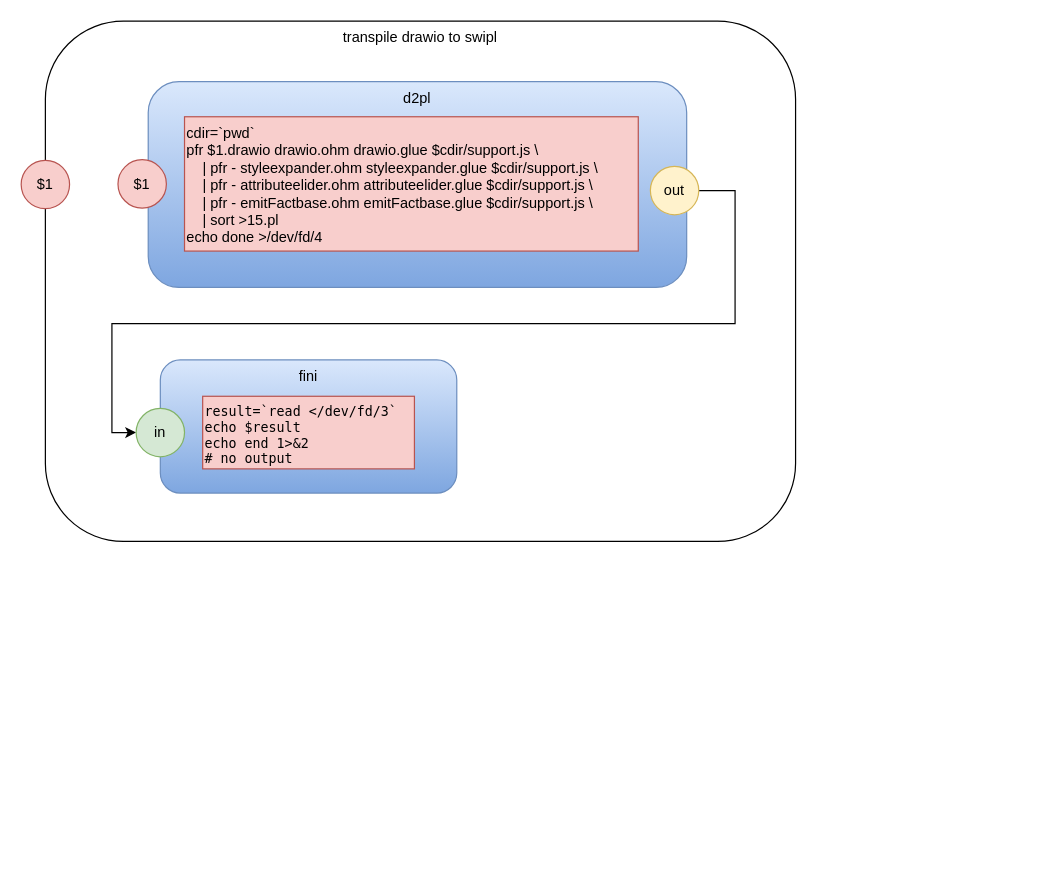
guitarvydas/vsh keeps this draw.io diagram as transpile_drawio_to_swipl.drawio. Above is the earlier version. Source tidied: cells renumbered, new cells numbered last; positions are measured from the earlier drawing's top-left corner, leaving out a move shared by most shapes. Both pictures are drawn from the tidied source at 121%, with x=0, y=0 at pixel (21, 21).
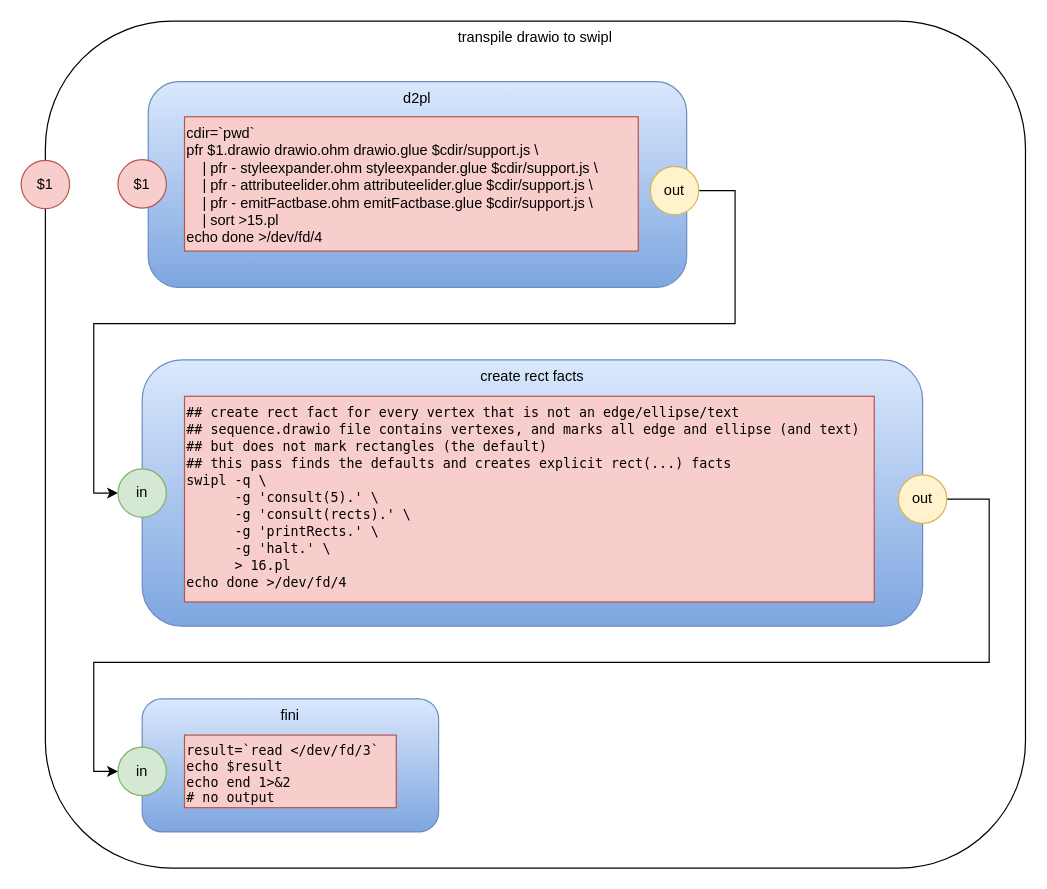
Above is the later version.

Commit message (it also covers changes not shown here):
create rect facts

Unchanged cells that the change refers to:
```xml
<mxCell id="6" value="out" style="ellipse;whiteSpace=wrap;html=1;fillColor=#fff2cc;strokeColor=#d6b656;" parent="1" vertex="1">
  <mxGeometry x="520" y="120" width="40" height="40" as="geometry" />
</mxCell>
```

The edit, as a diff of the source:
```diff
@@
     <mxCell id="2" value="transpile drawio to swipl" style="rounded=1;whiteSpace=wrap;html=1;verticalAlign=top;" parent="1" vertex="1">
-      <mxGeometry x="20" width="620" height="430" as="geometry" />
+      <mxGeometry x="20" width="810" height="700" as="geometry" />
     </mxCell>
@@
     <mxCell id="5" style="edgeStyle=orthogonalEdgeStyle;rounded=0;jettySize=auto;html=1;entryX=0;entryY=0.5;entryDx=0;entryDy=0;" parent="1" edge="1" source="6" target="8">
       <mxGeometry relative="1" as="geometry">
         <Array as="points">
           <mxPoint x="590" y="140" />
           <mxPoint x="590" y="250" />
-          <mxPoint x="75" y="250" />
-          <mxPoint x="75" y="340" />
+          <mxPoint x="60" y="250" />
+          <mxPoint x="60" y="390" />
         </Array>
       </mxGeometry>
     </mxCell>
@@
-    <mxCell id="7" value="fini" style="rounded=1;whiteSpace=wrap;html=1;gradientColor=#7ea6e0;fillColor=#dae8fc;strokeColor=#6c8ebf;verticalAlign=top;" parent="1" vertex="1">
-      <mxGeometry x="115" y="280" width="245" height="110" as="geometry" />
+    <mxCell id="7" value="create rect facts" style="rounded=1;whiteSpace=wrap;html=1;gradientColor=#7ea6e0;fillColor=#dae8fc;strokeColor=#6c8ebf;verticalAlign=top;" parent="1" vertex="1">
+      <mxGeometry x="100" y="280" width="645" height="220" as="geometry" />
     </mxCell>
     <mxCell id="8" value="in" style="ellipse;whiteSpace=wrap;html=1;fillColor=#d5e8d4;strokeColor=#82b366;" parent="1" vertex="1">
-      <mxGeometry x="95" y="320" width="40" height="40" as="geometry" />
+      <mxGeometry x="80" y="370" width="40" height="40" as="geometry" />
     </mxCell>
-    <mxCell id="9" value="&lt;p class=&quot;p1&quot; style=&quot;margin: 0px ; font-stretch: normal ; font-size: 11px ; line-height: normal ; font-family: &amp;#34;menlo&amp;#34;&quot;&gt;&lt;span class=&quot;s1&quot;&gt;result=`read &amp;lt;/dev/fd/3`&lt;/span&gt;&lt;/p&gt;&lt;p class=&quot;p1&quot; style=&quot;margin: 0px ; font-stretch: normal ; font-size: 11px ; line-height: normal ; font-family: &amp;#34;menlo&amp;#34;&quot;&gt;&lt;span class=&quot;s1&quot;&gt;echo $result&lt;/span&gt;&lt;/p&gt;&lt;p class=&quot;p1&quot; style=&quot;margin: 0px ; font-stretch: normal ; font-size: 11px ; line-height: normal ; font-family: &amp;#34;menlo&amp;#34;&quot;&gt;&lt;span class=&quot;s1&quot;&gt;echo end 1&amp;gt;&amp;amp;2&lt;/span&gt;&lt;/p&gt;&lt;p class=&quot;p1&quot; style=&quot;margin: 0px ; font-stretch: normal ; font-size: 11px ; line-height: normal ; font-family: &amp;#34;menlo&amp;#34;&quot;&gt;&lt;span class=&quot;s1&quot;&gt;# no output&lt;/span&gt;&lt;/p&gt;&lt;p class=&quot;p1&quot; style=&quot;margin: 0px ; font-stretch: normal ; font-size: 11px ; line-height: normal ; font-family: &amp;#34;menlo&amp;#34;&quot;&gt;&lt;br&gt;&lt;/p&gt;" style="rounded=0;whiteSpace=wrap;html=1;fillColor=#f8cecc;strokeColor=#b85450;align=left;verticalAlign=top;" parent="1" vertex="1">
-      <mxGeometry x="150" y="310" width="175" height="60" as="geometry" />
+    <mxCell id="9" value="&lt;p class=&quot;p1&quot; style=&quot;margin: 0px ; font-stretch: normal ; line-height: normal&quot;&gt;&lt;font face=&quot;menlo&quot;&gt;&lt;span style=&quot;font-size: 11px&quot;&gt;## create rect fact for every vertex that is not an edge/ellipse/text&lt;/span&gt;&lt;/font&gt;&lt;/p&gt;&lt;p class=&quot;p1&quot; style=&quot;margin: 0px ; font-stretch: normal ; line-height: normal&quot;&gt;&lt;font face=&quot;menlo&quot;&gt;&lt;span style=&quot;font-size: 11px&quot;&gt;## sequence.drawio file contains vertexes, and marks all edge and ellipse (and text)&lt;/span&gt;&lt;/font&gt;&lt;/p&gt;&lt;p class=&quot;p1&quot; style=&quot;margin: 0px ; font-stretch: normal ; line-height: normal&quot;&gt;&lt;font face=&quot;menlo&quot;&gt;&lt;span style=&quot;font-size: 11px&quot;&gt;## but does not mark rectangles (the default)&lt;/span&gt;&lt;/font&gt;&lt;/p&gt;&lt;p class=&quot;p1&quot; style=&quot;margin: 0px ; font-stretch: normal ; line-height: normal&quot;&gt;&lt;font face=&quot;menlo&quot;&gt;&lt;span style=&quot;font-size: 11px&quot;&gt;## this pass finds the defaults and creates explicit rect(...) facts&lt;/span&gt;&lt;/font&gt;&lt;/p&gt;&lt;p class=&quot;p1&quot; style=&quot;margin: 0px ; font-stretch: normal ; line-height: normal&quot;&gt;&lt;font face=&quot;menlo&quot;&gt;&lt;span style=&quot;font-size: 11px&quot;&gt;swipl -q \&lt;/span&gt;&lt;/font&gt;&lt;/p&gt;&lt;p class=&quot;p1&quot; style=&quot;margin: 0px ; font-stretch: normal ; line-height: normal&quot;&gt;&lt;font face=&quot;menlo&quot;&gt;&lt;span style=&quot;font-size: 11px&quot;&gt;&amp;nbsp; &amp;nbsp; &amp;nbsp; -g 'consult(5).' \&lt;/span&gt;&lt;/font&gt;&lt;/p&gt;&lt;p class=&quot;p1&quot; style=&quot;margin: 0px ; font-stretch: normal ; line-height: normal&quot;&gt;&lt;font face=&quot;menlo&quot;&gt;&lt;span style=&quot;font-size: 11px&quot;&gt;&amp;nbsp; &amp;nbsp; &amp;nbsp; -g 'consult(rects).' \&lt;/span&gt;&lt;/font&gt;&lt;/p&gt;&lt;p class=&quot;p1&quot; style=&quot;margin: 0px ; font-stretch: normal ; line-height: normal&quot;&gt;&lt;font face=&quot;menlo&quot;&gt;&lt;span style=&quot;font-size: 11px&quot;&gt;&amp;nbsp; &amp;nbsp; &amp;nbsp; -g 'printRects.' \&lt;/span&gt;&lt;/font&gt;&lt;/p&gt;&lt;p class=&quot;p1&quot; style=&quot;margin: 0px ; font-stretch: normal ; line-height: normal&quot;&gt;&lt;font face=&quot;menlo&quot;&gt;&lt;span style=&quot;font-size: 11px&quot;&gt;&amp;nbsp; &amp;nbsp; &amp;nbsp; -g 'halt.' \&lt;/span&gt;&lt;/font&gt;&lt;/p&gt;&lt;p class=&quot;p1&quot; style=&quot;margin: 0px ; font-stretch: normal ; line-height: normal&quot;&gt;&lt;font face=&quot;menlo&quot;&gt;&lt;span style=&quot;font-size: 11px&quot;&gt;&amp;nbsp; &amp;nbsp; &amp;nbsp; &amp;gt; 16.pl&lt;/span&gt;&lt;/font&gt;&lt;/p&gt;&lt;p class=&quot;p1&quot; style=&quot;margin: 0px ; font-stretch: normal ; line-height: normal&quot;&gt;&lt;font face=&quot;menlo&quot;&gt;&lt;span style=&quot;font-size: 11px&quot;&gt;echo done &amp;gt;/dev/fd/4&lt;/span&gt;&lt;/font&gt;&lt;/p&gt;&lt;div&gt;&lt;br&gt;&lt;/div&gt;" style="rounded=0;whiteSpace=wrap;html=1;fillColor=#f8cecc;strokeColor=#b85450;align=left;verticalAlign=top;" parent="1" vertex="1">
+      <mxGeometry x="135" y="310" width="570" height="170" as="geometry" />
     </mxCell>
@@
+    <mxCell id="12" value="fini" style="rounded=1;whiteSpace=wrap;html=1;gradientColor=#7ea6e0;fillColor=#dae8fc;strokeColor=#6c8ebf;verticalAlign=top;" parent="1" vertex="1">
+      <mxGeometry x="100" y="560" width="245" height="110" as="geometry" />
+    </mxCell>
+    <mxCell id="13" value="in" style="ellipse;whiteSpace=wrap;html=1;fillColor=#d5e8d4;strokeColor=#82b366;" parent="1" vertex="1">
+      <mxGeometry x="80" y="600" width="40" height="40" as="geometry" />
+    </mxCell>
+    <mxCell id="14" value="&lt;p class=&quot;p1&quot; style=&quot;margin: 0px ; font-stretch: normal ; font-size: 11px ; line-height: normal ; font-family: &amp;#34;menlo&amp;#34;&quot;&gt;&lt;span class=&quot;s1&quot;&gt;result=`read &amp;lt;/dev/fd/3`&lt;/span&gt;&lt;/p&gt;&lt;p class=&quot;p1&quot; style=&quot;margin: 0px ; font-stretch: normal ; font-size: 11px ; line-height: normal ; font-family: &amp;#34;menlo&amp;#34;&quot;&gt;&lt;span class=&quot;s1&quot;&gt;echo $result&lt;/span&gt;&lt;/p&gt;&lt;p class=&quot;p1&quot; style=&quot;margin: 0px ; font-stretch: normal ; font-size: 11px ; line-height: normal ; font-family: &amp;#34;menlo&amp;#34;&quot;&gt;&lt;span class=&quot;s1&quot;&gt;echo end 1&amp;gt;&amp;amp;2&lt;/span&gt;&lt;/p&gt;&lt;p class=&quot;p1&quot; style=&quot;margin: 0px ; font-stretch: normal ; font-size: 11px ; line-height: normal ; font-family: &amp;#34;menlo&amp;#34;&quot;&gt;&lt;span class=&quot;s1&quot;&gt;# no output&lt;/span&gt;&lt;/p&gt;&lt;p class=&quot;p1&quot; style=&quot;margin: 0px ; font-stretch: normal ; font-size: 11px ; line-height: normal ; font-family: &amp;#34;menlo&amp;#34;&quot;&gt;&lt;br&gt;&lt;/p&gt;" style="rounded=0;whiteSpace=wrap;html=1;fillColor=#f8cecc;strokeColor=#b85450;align=left;verticalAlign=top;" parent="1" vertex="1">
+      <mxGeometry x="135" y="590" width="175" height="60" as="geometry" />
+    </mxCell>
+    <mxCell id="15" style="edgeStyle=orthogonalEdgeStyle;rounded=0;jettySize=auto;html=1;entryX=0;entryY=0.5;entryDx=0;entryDy=0;" parent="1" edge="1" source="16" target="13">
+      <mxGeometry relative="1" as="geometry">
+        <Array as="points">
+          <mxPoint x="800" y="395" />
+          <mxPoint x="800" y="530" />
+          <mxPoint x="60" y="530" />
+          <mxPoint x="60" y="620" />
+        </Array>
+      </mxGeometry>
+    </mxCell>
+    <mxCell id="16" value="out" style="ellipse;whiteSpace=wrap;html=1;fillColor=#fff2cc;strokeColor=#d6b656;" parent="1" vertex="1">
+      <mxGeometry x="725" y="375" width="40" height="40" as="geometry" />
+    </mxCell>
```
